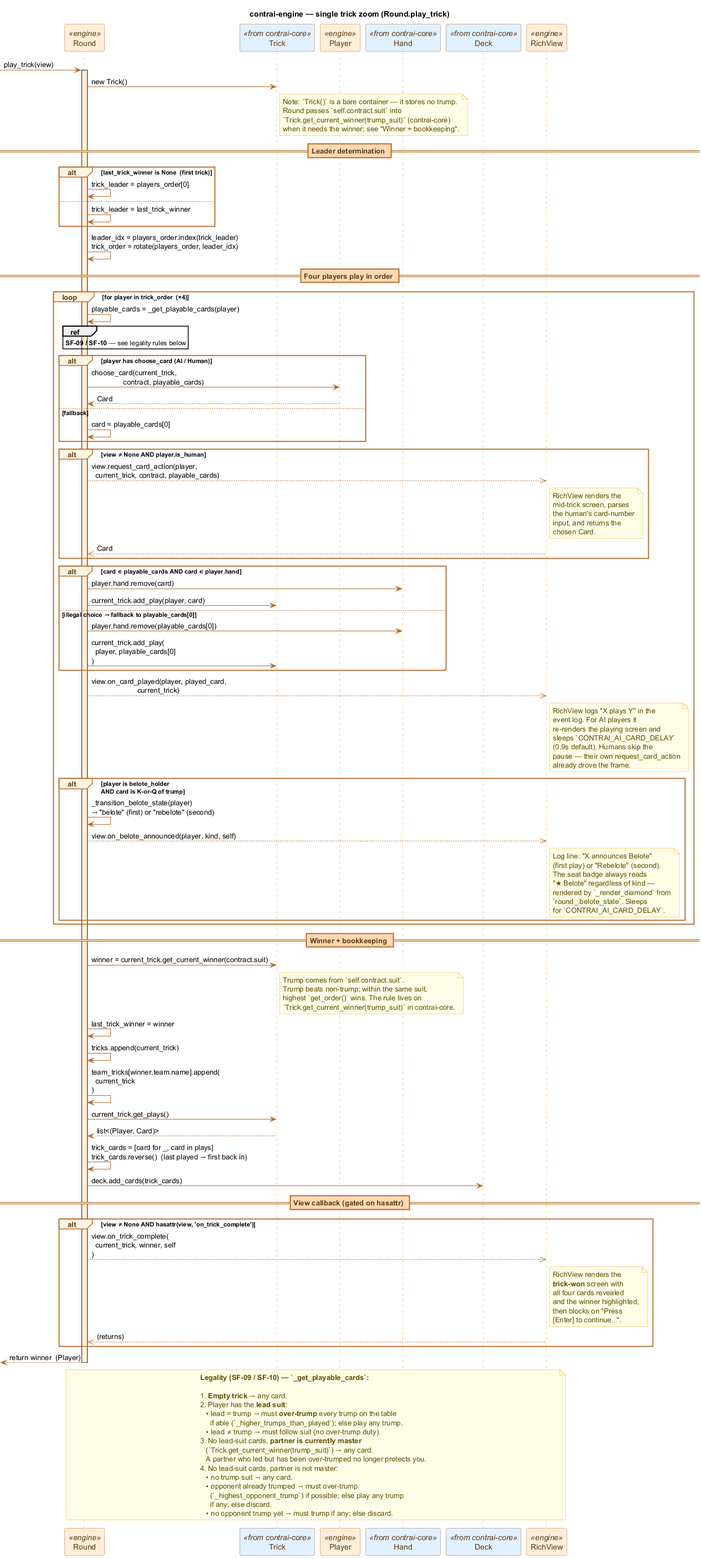
Above: docs/diagrams/seq_trick.png in valmathieu/ContrAI (PlantUML), before the change.
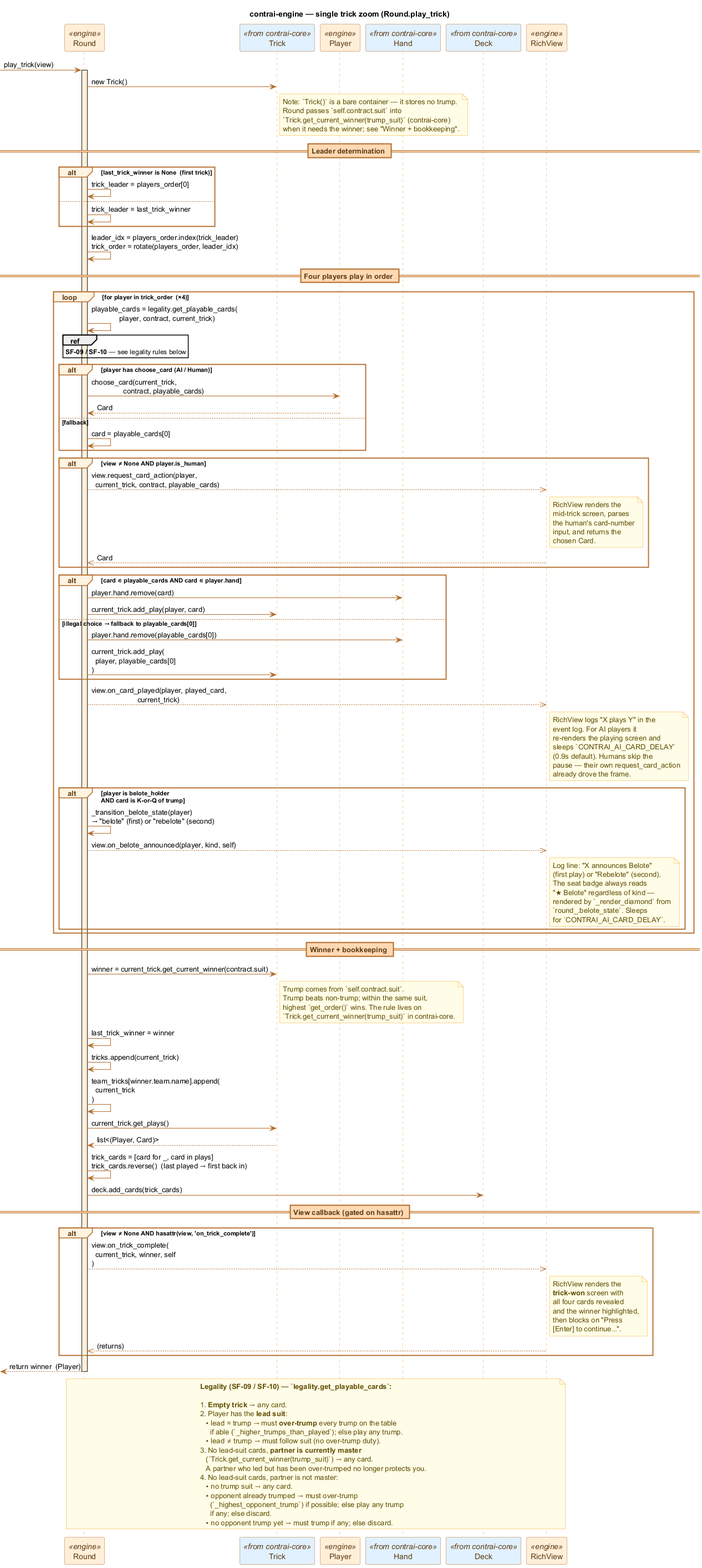
Above is the later version.

Diff of the diagram source:
```diff
@@ -59,7 +59,7 @@
 
 loop **for player in trick_order**  (×4)
 
-    R -> R : playable_cards = _get_playable_cards(player)
+    R -> R : playable_cards = legality.get_playable_cards(\n              player, contract, current_trick)
 
     ref over R : **SF-09 / SF-10** — see legality rules below
 
@@ -155,7 +155,7 @@
 deactivate R
 
 note over R, V
-  **Legality (SF-09 / SF-10) — `_get_playable_cards`:**
+  **Legality (SF-09 / SF-10) — `legality.get_playable_cards`:**
 
   1. **Empty trick** → any card.
   2. Player has the **lead suit**:
```
